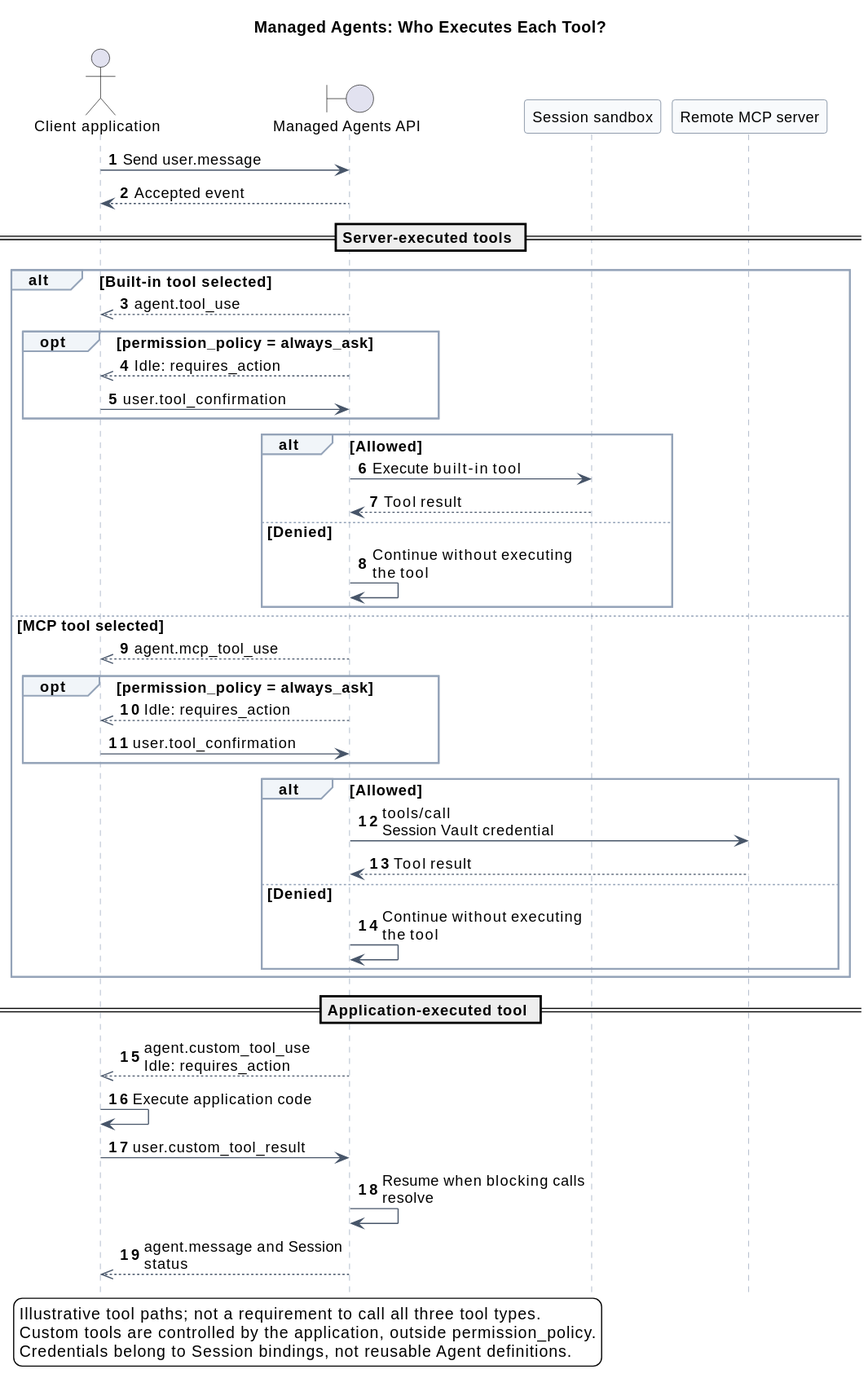
This is 05-研究资料/02-Anthropic托管Agent公开模型/managed_agents_tool_execution_model.svg from ssm0808/pi-mono-java-design, a PlantUML export, as it was before one commit.
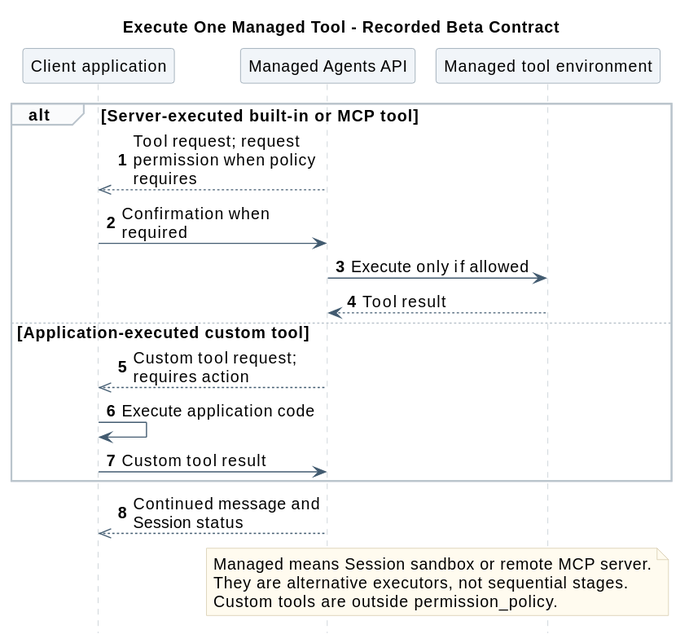
Later version of the same file.

Diff of the diagram source:
```diff
@@ -1,66 +1,39 @@
 @startuml
-title Managed Agents: Who Executes Each Tool?
+skinparam backgroundColor white
+skinparam defaultFontName SansSerif
+skinparam defaultFontSize 14
+skinparam shadowing false
+skinparam sequenceMessageAlign left
+skinparam maxMessageSize 180
+skinparam sequenceArrowColor #425B70
+skinparam sequenceLifeLineBorderColor #BAC4CC
+skinparam sequenceParticipantBackgroundColor #F1F5F9
+skinparam sequenceParticipantBorderColor #8496A4
+skinparam sequenceGroupBackgroundColor #FAFBFC
+skinparam sequenceGroupBorderColor #BAC4CC
+skinparam noteBackgroundColor #FFFBEF
+skinparam noteBorderColor #D2C6A5
+hide footbox
 autonumber
-hide footbox
-skinparam backgroundColor white
-skinparam shadowing false
-skinparam defaultFontSize 13
-skinparam maxMessageSize 190
-skinparam BoxPadding 10
-skinparam sequence {
-  ArrowColor #475569
-  LifeLineBorderColor #94A3B8
-  ParticipantBorderColor #64748B
-  ParticipantBackgroundColor #F8FAFC
-  GroupBorderColor #94A3B8
-  GroupBackgroundColor #F1F5F9
-}
 
-actor "Client application" as Client
-boundary "Managed Agents API" as API
-participant "Session sandbox" as Sandbox
-participant "Remote MCP server" as MCP
-
-Client -> API : Send user.message
-API --> Client : Accepted event
-
-== Server-executed tools ==
-alt Built-in tool selected
-  API -->> Client : agent.tool_use
-  opt permission_policy = always_ask
-    API -->> Client : Idle: requires_action
-    Client -> API : user.tool_confirmation
-  end
-  alt Allowed
-    API -> Sandbox : Execute built-in tool
-    Sandbox --> API : Tool result
-  else Denied
-    API -> API : Continue without executing the tool
-  end
-else MCP tool selected
-  API -->> Client : agent.mcp_tool_use
-  opt permission_policy = always_ask
-    API -->> Client : Idle: requires_action
-    Client -> API : user.tool_confirmation
-  end
-  alt Allowed
-    API -> MCP : tools/call\nSession Vault credential
-    MCP --> API : Tool result
-  else Denied
-    API -> API : Continue without executing the tool
-  end
+title Execute One Managed Tool - Recorded Beta Contract
+participant "Client application" as Client
+participant "Managed Agents API" as API
+participant "Managed tool environment" as Managed
+alt Server-executed built-in or MCP tool
+  API -->> Client : Tool request; request permission when policy requires
+  Client -> API : Confirmation when required
+  API -> Managed : Execute only if allowed
+  Managed --> API : Tool result
+else Application-executed custom tool
+  API -->> Client : Custom tool request; requires action
+  Client -> Client : Execute application code
+  Client -> API : Custom tool result
 end
-
-== Application-executed tool ==
-API -->> Client : agent.custom_tool_use\nIdle: requires_action
-Client -> Client : Execute application code
-Client -> API : user.custom_tool_result
-API -> API : Resume when blocking calls resolve
-API -->> Client : agent.message and Session status
-
-legend bottom left
-Illustrative tool paths; not a requirement to call all three tool types.
-Custom tools are controlled by the application, outside permission_policy.
-Credentials belong to Session bindings, not reusable Agent definitions.
-endlegend
+API -->> Client : Continued message and Session status
+note over API,Managed
+  Managed means Session sandbox or remote MCP server.
+  They are alternative executors, not sequential stages.
+  Custom tools are outside permission_policy.
+end note
 @enduml
```
